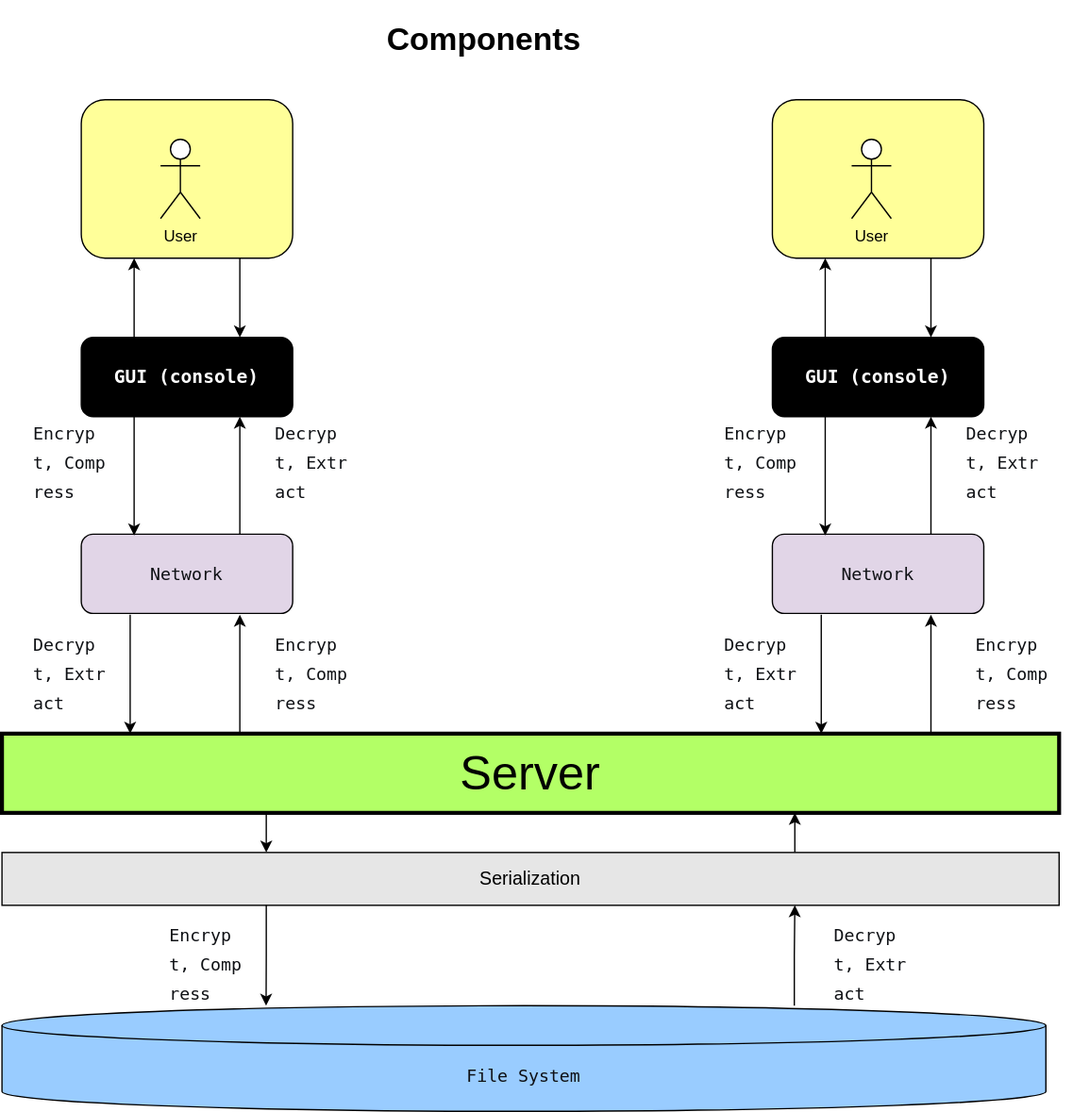
CheskisVladimir/MessengerV keeps this draw.io diagram as Documentation/Diagrams/Components.drawio.svg. Above is the earlier version. Source tidied: cells renumbered, new cells last; positions are measured from the earlier drawing's top-left corner, leaving out a move shared by most shapes.
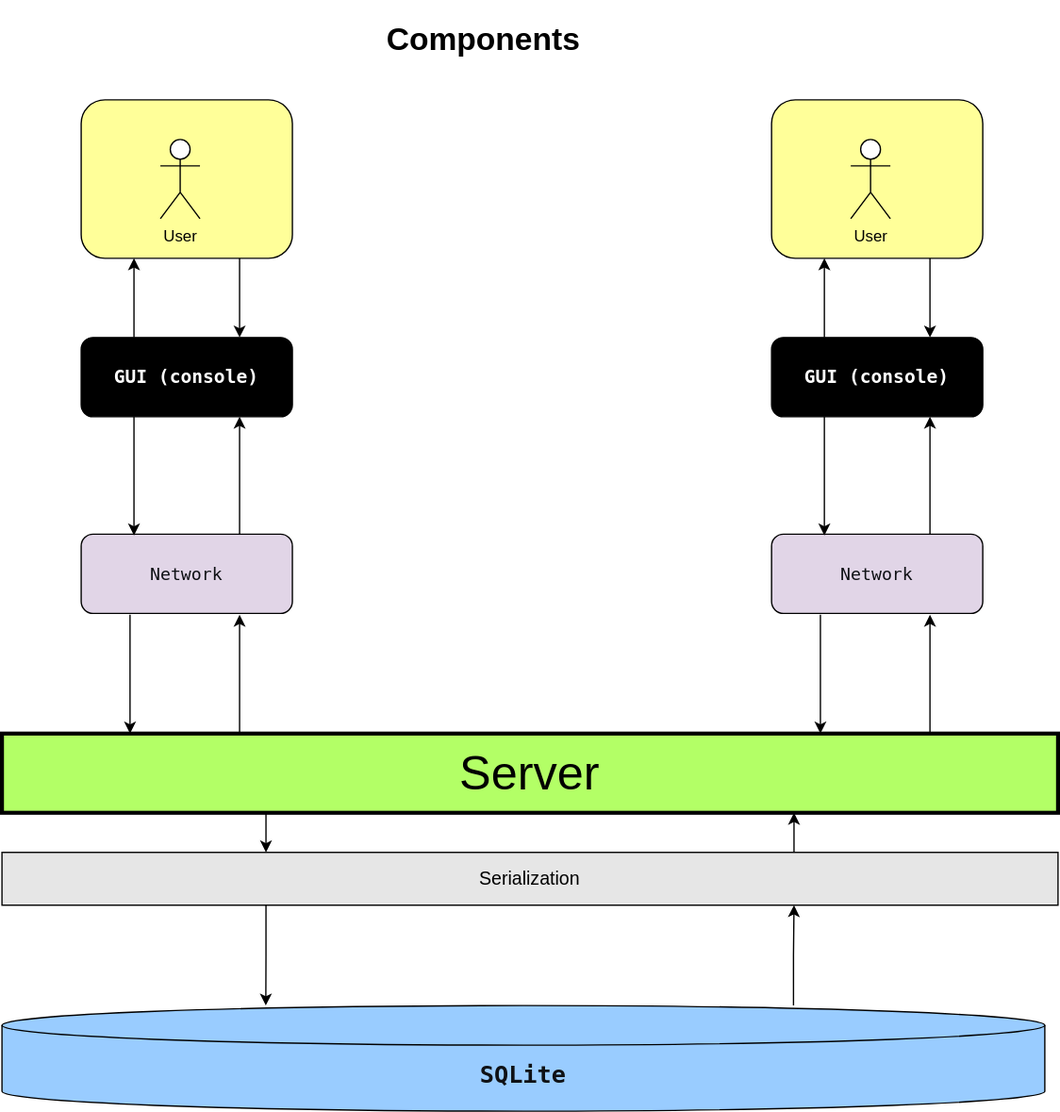
The same diagram one commit later.

The edit, as a diff of the source:
```diff
@@ -28,21 +28,12 @@
         <mxPoint x="100" y="390" as="targetPoint" />
       </mxGeometry>
     </mxCell>
-    <mxCell id="10" value="&lt;pre style=&quot;font-variant-numeric: normal; font-variant-east-asian: normal; font-variant-alternates: normal; font-size-adjust: none; font-kerning: auto; font-optical-sizing: auto; font-feature-settings: normal; font-variation-settings: normal; font-variant-position: normal; font-variant-emoji: normal; font-stretch: normal; font-size: 13px; line-height: 22px; font-family: Menlo, Monaco, Consolas, &amp;quot;Cascadia Mono&amp;quot;, &amp;quot;Ubuntu Mono&amp;quot;, &amp;quot;DejaVu Sans Mono&amp;quot;, &amp;quot;Liberation Mono&amp;quot;, &amp;quot;JetBrains Mono&amp;quot;, &amp;quot;Fira Code&amp;quot;, Cousine, &amp;quot;Roboto Mono&amp;quot;, &amp;quot;Courier New&amp;quot;, Courier, sans-serif, system-ui; overflow: auto; text-wrap-mode: wrap; word-break: break-all; padding: 16px; color: rgb(15, 17, 21); text-align: start; margin: 0px !important;&quot;&gt;Encrypt, Compress&lt;/pre&gt;" style="text;html=1;whiteSpace=wrap;strokeColor=none;fillColor=none;align=center;verticalAlign=middle;rounded=0;" parent="1" vertex="1">
-      <mxGeometry x="7" y="320" width="90" height="30" as="geometry" />
-    </mxCell>
-    <mxCell id="11" value="&lt;pre style=&quot;font-variant-numeric: normal; font-variant-east-asian: normal; font-variant-alternates: normal; font-size-adjust: none; font-kerning: auto; font-optical-sizing: auto; font-feature-settings: normal; font-variation-settings: normal; font-variant-position: normal; font-variant-emoji: normal; font-stretch: normal; font-size: 13px; line-height: 22px; font-family: Menlo, Monaco, Consolas, &amp;quot;Cascadia Mono&amp;quot;, &amp;quot;Ubuntu Mono&amp;quot;, &amp;quot;DejaVu Sans Mono&amp;quot;, &amp;quot;Liberation Mono&amp;quot;, &amp;quot;JetBrains Mono&amp;quot;, &amp;quot;Fira Code&amp;quot;, Cousine, &amp;quot;Roboto Mono&amp;quot;, &amp;quot;Courier New&amp;quot;, Courier, sans-serif, system-ui; overflow: auto; text-wrap-mode: wrap; word-break: break-all; padding: 16px; color: rgb(15, 17, 21); text-align: start; margin: 0px !important;&quot;&gt;Decrypt, Extract&lt;/pre&gt;" style="text;html=1;whiteSpace=wrap;strokeColor=none;fillColor=none;align=center;verticalAlign=middle;rounded=0;" parent="1" vertex="1">
-      <mxGeometry x="190" y="320" width="90" height="30" as="geometry" />
-    </mxCell>
     <mxCell id="12" style="edgeStyle=orthogonalEdgeStyle;rounded=0;orthogonalLoop=1;jettySize=auto;html=1;exitX=0.75;exitY=0;exitDx=0;exitDy=0;entryX=0.75;entryY=1;entryDx=0;entryDy=0;" parent="1" edge="1">
       <mxGeometry relative="1" as="geometry">
         <mxPoint x="180" y="539" as="sourcePoint" />
         <mxPoint x="180" y="450" as="targetPoint" />
       </mxGeometry>
     </mxCell>
-    <mxCell id="13" value="&lt;pre style=&quot;font-variant-numeric: normal; font-variant-east-asian: normal; font-variant-alternates: normal; font-size-adjust: none; font-kerning: auto; font-optical-sizing: auto; font-feature-settings: normal; font-variation-settings: normal; font-variant-position: normal; font-variant-emoji: normal; font-stretch: normal; font-size: 13px; line-height: 22px; font-family: Menlo, Monaco, Consolas, &amp;quot;Cascadia Mono&amp;quot;, &amp;quot;Ubuntu Mono&amp;quot;, &amp;quot;DejaVu Sans Mono&amp;quot;, &amp;quot;Liberation Mono&amp;quot;, &amp;quot;JetBrains Mono&amp;quot;, &amp;quot;Fira Code&amp;quot;, Cousine, &amp;quot;Roboto Mono&amp;quot;, &amp;quot;Courier New&amp;quot;, Courier, sans-serif, system-ui; overflow: auto; text-wrap-mode: wrap; word-break: break-all; padding: 16px; color: rgb(15, 17, 21); text-align: start; margin: 0px !important;&quot;&gt;Decrypt, Extract&lt;/pre&gt;" style="text;html=1;whiteSpace=wrap;strokeColor=none;fillColor=none;align=center;verticalAlign=middle;rounded=0;" parent="1" vertex="1">
-      <mxGeometry x="7" y="480" width="90" height="30" as="geometry" />
-    </mxCell>
     <mxCell id="14" style="edgeStyle=orthogonalEdgeStyle;rounded=0;orthogonalLoop=1;jettySize=auto;html=1;exitX=0.25;exitY=1;exitDx=0;exitDy=0;" parent="1" edge="1">
       <mxGeometry relative="1" as="geometry">
         <mxPoint x="97" y="450" as="sourcePoint" />
@@ -75,24 +66,12 @@
         <mxPoint x="623" y="390" as="targetPoint" />
       </mxGeometry>
     </mxCell>
-    <mxCell id="23" value="&lt;pre style=&quot;font-variant-numeric: normal; font-variant-east-asian: normal; font-variant-alternates: normal; font-size-adjust: none; font-kerning: auto; font-optical-sizing: auto; font-feature-settings: normal; font-variation-settings: normal; font-variant-position: normal; font-variant-emoji: normal; font-stretch: normal; font-size: 13px; line-height: 22px; font-family: Menlo, Monaco, Consolas, &amp;quot;Cascadia Mono&amp;quot;, &amp;quot;Ubuntu Mono&amp;quot;, &amp;quot;DejaVu Sans Mono&amp;quot;, &amp;quot;Liberation Mono&amp;quot;, &amp;quot;JetBrains Mono&amp;quot;, &amp;quot;Fira Code&amp;quot;, Cousine, &amp;quot;Roboto Mono&amp;quot;, &amp;quot;Courier New&amp;quot;, Courier, sans-serif, system-ui; overflow: auto; text-wrap-mode: wrap; word-break: break-all; padding: 16px; color: rgb(15, 17, 21); text-align: start; margin: 0px !important;&quot;&gt;Encrypt, Compress&lt;/pre&gt;" style="text;html=1;whiteSpace=wrap;strokeColor=none;fillColor=none;align=center;verticalAlign=middle;rounded=0;" parent="1" vertex="1">
-      <mxGeometry x="530" y="320" width="90" height="30" as="geometry" />
-    </mxCell>
-    <mxCell id="24" value="&lt;pre style=&quot;font-variant-numeric: normal; font-variant-east-asian: normal; font-variant-alternates: normal; font-size-adjust: none; font-kerning: auto; font-optical-sizing: auto; font-feature-settings: normal; font-variation-settings: normal; font-variant-position: normal; font-variant-emoji: normal; font-stretch: normal; font-size: 13px; line-height: 22px; font-family: Menlo, Monaco, Consolas, &amp;quot;Cascadia Mono&amp;quot;, &amp;quot;Ubuntu Mono&amp;quot;, &amp;quot;DejaVu Sans Mono&amp;quot;, &amp;quot;Liberation Mono&amp;quot;, &amp;quot;JetBrains Mono&amp;quot;, &amp;quot;Fira Code&amp;quot;, Cousine, &amp;quot;Roboto Mono&amp;quot;, &amp;quot;Courier New&amp;quot;, Courier, sans-serif, system-ui; overflow: auto; text-wrap-mode: wrap; word-break: break-all; padding: 16px; color: rgb(15, 17, 21); text-align: start; margin: 0px !important;&quot;&gt;Decrypt, Extract&lt;/pre&gt;" style="text;html=1;whiteSpace=wrap;strokeColor=none;fillColor=none;align=center;verticalAlign=middle;rounded=0;" parent="1" vertex="1">
-      <mxGeometry x="713" y="320" width="90" height="30" as="geometry" />
-    </mxCell>
     <mxCell id="25" style="edgeStyle=orthogonalEdgeStyle;rounded=0;orthogonalLoop=1;jettySize=auto;html=1;exitX=0.75;exitY=0;exitDx=0;exitDy=0;entryX=0.75;entryY=1;entryDx=0;entryDy=0;" parent="1" edge="1">
       <mxGeometry relative="1" as="geometry">
         <mxPoint x="703" y="539" as="sourcePoint" />
         <mxPoint x="703" y="450" as="targetPoint" />
       </mxGeometry>
     </mxCell>
-    <mxCell id="26" value="&lt;pre style=&quot;font-variant-numeric: normal; font-variant-east-asian: normal; font-variant-alternates: normal; font-size-adjust: none; font-kerning: auto; font-optical-sizing: auto; font-feature-settings: normal; font-variation-settings: normal; font-variant-position: normal; font-variant-emoji: normal; font-stretch: normal; font-size: 13px; line-height: 22px; font-family: Menlo, Monaco, Consolas, &amp;quot;Cascadia Mono&amp;quot;, &amp;quot;Ubuntu Mono&amp;quot;, &amp;quot;DejaVu Sans Mono&amp;quot;, &amp;quot;Liberation Mono&amp;quot;, &amp;quot;JetBrains Mono&amp;quot;, &amp;quot;Fira Code&amp;quot;, Cousine, &amp;quot;Roboto Mono&amp;quot;, &amp;quot;Courier New&amp;quot;, Courier, sans-serif, system-ui; overflow: auto; text-wrap-mode: wrap; word-break: break-all; padding: 16px; color: rgb(15, 17, 21); text-align: start; margin: 0px !important;&quot;&gt;Encrypt, Compress&lt;/pre&gt;" style="text;html=1;whiteSpace=wrap;strokeColor=none;fillColor=none;align=center;verticalAlign=middle;rounded=0;" parent="1" vertex="1">
-      <mxGeometry x="720" y="480" width="90" height="30" as="geometry" />
-    </mxCell>
-    <mxCell id="27" value="&lt;pre style=&quot;font-variant-numeric: normal; font-variant-east-asian: normal; font-variant-alternates: normal; font-size-adjust: none; font-kerning: auto; font-optical-sizing: auto; font-feature-settings: normal; font-variation-settings: normal; font-variant-position: normal; font-variant-emoji: normal; font-stretch: normal; font-size: 13px; line-height: 22px; font-family: Menlo, Monaco, Consolas, &amp;quot;Cascadia Mono&amp;quot;, &amp;quot;Ubuntu Mono&amp;quot;, &amp;quot;DejaVu Sans Mono&amp;quot;, &amp;quot;Liberation Mono&amp;quot;, &amp;quot;JetBrains Mono&amp;quot;, &amp;quot;Fira Code&amp;quot;, Cousine, &amp;quot;Roboto Mono&amp;quot;, &amp;quot;Courier New&amp;quot;, Courier, sans-serif, system-ui; overflow: auto; text-wrap-mode: wrap; word-break: break-all; padding: 16px; color: rgb(15, 17, 21); text-align: start; margin: 0px !important;&quot;&gt;Decrypt, Extract&lt;/pre&gt;" style="text;html=1;whiteSpace=wrap;strokeColor=none;fillColor=none;align=center;verticalAlign=middle;rounded=0;" parent="1" vertex="1">
-      <mxGeometry x="530" y="480" width="90" height="30" as="geometry" />
-    </mxCell>
     <mxCell id="28" style="edgeStyle=orthogonalEdgeStyle;rounded=0;orthogonalLoop=1;jettySize=auto;html=1;exitX=0.25;exitY=1;exitDx=0;exitDy=0;" parent="1" edge="1">
       <mxGeometry relative="1" as="geometry">
         <mxPoint x="620" y="450" as="sourcePoint" />
@@ -111,7 +90,7 @@
     <mxCell id="32" value="&lt;font style=&quot;font-size: 14px;&quot;&gt;Serialization&lt;/font&gt;" style="rounded=0;whiteSpace=wrap;html=1;fillColor=#E6E6E6;" parent="1" vertex="1">
       <mxGeometry y="630" width="800" height="40" as="geometry" />
     </mxCell>
-    <mxCell id="33" value="&lt;pre style=&quot;font-variant-numeric: normal; font-variant-east-asian: normal; font-variant-alternates: normal; font-size-adjust: none; font-kerning: auto; font-optical-sizing: auto; font-feature-settings: normal; font-variation-settings: normal; font-variant-position: normal; font-variant-emoji: normal; font-stretch: normal; font-size: 13px; line-height: 22px; font-family: Menlo, Monaco, Consolas, &amp;quot;Cascadia Mono&amp;quot;, &amp;quot;Ubuntu Mono&amp;quot;, &amp;quot;DejaVu Sans Mono&amp;quot;, &amp;quot;Liberation Mono&amp;quot;, &amp;quot;JetBrains Mono&amp;quot;, &amp;quot;Fira Code&amp;quot;, Cousine, &amp;quot;Roboto Mono&amp;quot;, &amp;quot;Courier New&amp;quot;, Courier, sans-serif, system-ui; overflow: auto; text-wrap-mode: wrap; word-break: break-all; padding: 16px; color: rgb(15, 17, 21); text-align: start; margin: 0px !important;&quot;&gt;File System&lt;/pre&gt;" style="shape=cylinder3;whiteSpace=wrap;html=1;boundedLbl=1;backgroundOutline=1;size=15;fillColor=#99CCFF;" parent="1" vertex="1">
+    <mxCell id="33" value="&lt;pre style=&quot;font-variant-numeric: normal; font-variant-east-asian: normal; font-variant-alternates: normal; font-size-adjust: none; font-kerning: auto; font-optical-sizing: auto; font-feature-settings: normal; font-variation-settings: normal; font-variant-position: normal; font-variant-emoji: normal; font-stretch: normal; line-height: 22px; font-family: Menlo, Monaco, Consolas, &amp;quot;Cascadia Mono&amp;quot;, &amp;quot;Ubuntu Mono&amp;quot;, &amp;quot;DejaVu Sans Mono&amp;quot;, &amp;quot;Liberation Mono&amp;quot;, &amp;quot;JetBrains Mono&amp;quot;, &amp;quot;Fira Code&amp;quot;, Cousine, &amp;quot;Roboto Mono&amp;quot;, &amp;quot;Courier New&amp;quot;, Courier, sans-serif, system-ui; overflow: auto; text-wrap-mode: wrap; word-break: break-all; padding: 16px; color: rgb(15, 17, 21); text-align: start; margin: 0px !important;&quot;&gt;&lt;b style=&quot;&quot;&gt;&lt;font style=&quot;font-size: 18px;&quot;&gt;SQLite&lt;/font&gt;&lt;/b&gt;&lt;/pre&gt;" style="shape=cylinder3;whiteSpace=wrap;html=1;boundedLbl=1;backgroundOutline=1;size=15;fillColor=#99CCFF;" parent="1" vertex="1">
       <mxGeometry y="746" width="790" height="80" as="geometry" />
     </mxCell>
     <mxCell id="34" style="edgeStyle=orthogonalEdgeStyle;rounded=0;jettySize=auto;html=1;exitX=0.25;exitY=1;exitDx=0;exitDy=0;entryX=0.253;entryY=0;entryDx=0;entryDy=0;entryPerimeter=0;" parent="1" edge="1" source="32" target="33">
@@ -123,14 +102,5 @@
     <mxCell id="36" value="&lt;h1&gt;Components&lt;/h1&gt;" style="text;html=1;whiteSpace=wrap;strokeColor=none;fillColor=none;align=center;verticalAlign=middle;rounded=0;" parent="1" vertex="1">
       <mxGeometry x="240" width="250" height="30" as="geometry" />
     </mxCell>
-    <mxCell id="37" value="&lt;pre style=&quot;font-variant-numeric: normal; font-variant-east-asian: normal; font-variant-alternates: normal; font-size-adjust: none; font-kerning: auto; font-optical-sizing: auto; font-feature-settings: normal; font-variation-settings: normal; font-variant-position: normal; font-variant-emoji: normal; font-stretch: normal; font-size: 13px; line-height: 22px; font-family: Menlo, Monaco, Consolas, &amp;quot;Cascadia Mono&amp;quot;, &amp;quot;Ubuntu Mono&amp;quot;, &amp;quot;DejaVu Sans Mono&amp;quot;, &amp;quot;Liberation Mono&amp;quot;, &amp;quot;JetBrains Mono&amp;quot;, &amp;quot;Fira Code&amp;quot;, Cousine, &amp;quot;Roboto Mono&amp;quot;, &amp;quot;Courier New&amp;quot;, Courier, sans-serif, system-ui; overflow: auto; text-wrap-mode: wrap; word-break: break-all; padding: 16px; color: rgb(15, 17, 21); text-align: start; margin: 0px !important;&quot;&gt;Encrypt, Compress&lt;/pre&gt;" style="text;html=1;whiteSpace=wrap;strokeColor=none;fillColor=none;align=center;verticalAlign=middle;rounded=0;" parent="1" vertex="1">
-      <mxGeometry x="190" y="480" width="90" height="30" as="geometry" />
-    </mxCell>
-    <mxCell id="38" value="&lt;pre style=&quot;font-variant-numeric: normal; font-variant-east-asian: normal; font-variant-alternates: normal; font-size-adjust: none; font-kerning: auto; font-optical-sizing: auto; font-feature-settings: normal; font-variation-settings: normal; font-variant-position: normal; font-variant-emoji: normal; font-stretch: normal; font-size: 13px; line-height: 22px; font-family: Menlo, Monaco, Consolas, &amp;quot;Cascadia Mono&amp;quot;, &amp;quot;Ubuntu Mono&amp;quot;, &amp;quot;DejaVu Sans Mono&amp;quot;, &amp;quot;Liberation Mono&amp;quot;, &amp;quot;JetBrains Mono&amp;quot;, &amp;quot;Fira Code&amp;quot;, Cousine, &amp;quot;Roboto Mono&amp;quot;, &amp;quot;Courier New&amp;quot;, Courier, sans-serif, system-ui; overflow: auto; text-wrap-mode: wrap; word-break: break-all; padding: 16px; color: rgb(15, 17, 21); text-align: start; margin: 0px !important;&quot;&gt;Encrypt, Compress&lt;/pre&gt;" style="text;html=1;whiteSpace=wrap;strokeColor=none;fillColor=none;align=center;verticalAlign=middle;rounded=0;" parent="1" vertex="1">
-      <mxGeometry x="110" y="700" width="90" height="30" as="geometry" />
-    </mxCell>
-    <mxCell id="39" value="&lt;pre style=&quot;font-variant-numeric: normal; font-variant-east-asian: normal; font-variant-alternates: normal; font-size-adjust: none; font-kerning: auto; font-optical-sizing: auto; font-feature-settings: normal; font-variation-settings: normal; font-variant-position: normal; font-variant-emoji: normal; font-stretch: normal; font-size: 13px; line-height: 22px; font-family: Menlo, Monaco, Consolas, &amp;quot;Cascadia Mono&amp;quot;, &amp;quot;Ubuntu Mono&amp;quot;, &amp;quot;DejaVu Sans Mono&amp;quot;, &amp;quot;Liberation Mono&amp;quot;, &amp;quot;JetBrains Mono&amp;quot;, &amp;quot;Fira Code&amp;quot;, Cousine, &amp;quot;Roboto Mono&amp;quot;, &amp;quot;Courier New&amp;quot;, Courier, sans-serif, system-ui; overflow: auto; text-wrap-mode: wrap; word-break: break-all; padding: 16px; color: rgb(15, 17, 21); text-align: start; margin: 0px !important;&quot;&gt;Decrypt, Extract&lt;/pre&gt;" style="text;html=1;whiteSpace=wrap;strokeColor=none;fillColor=none;align=center;verticalAlign=middle;rounded=0;" parent="1" vertex="1">
-      <mxGeometry x="613" y="700" width="90" height="30" as="geometry" />
-    </mxCell>
   </root>
 </mxGraphModel>
```
